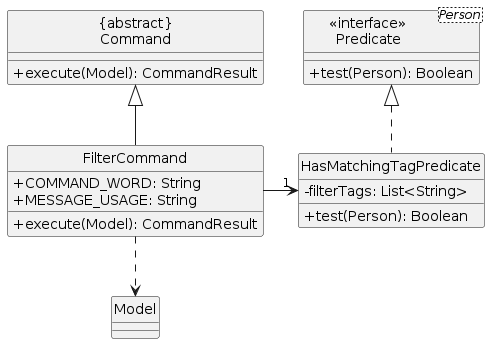
Earlier version of the PlantUML export diagrams/FilterCommandClass.png (AY2324S2-CS2103T-W09-3/tp). Its source is kept beside it as diagrams/FilterCommandClass.puml.
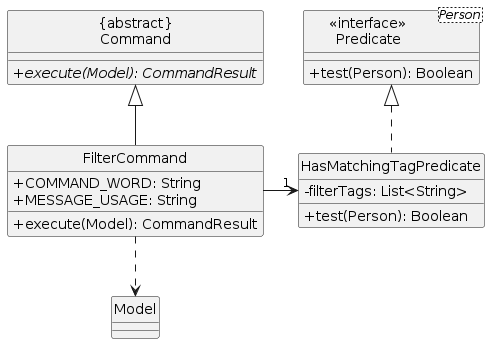
After the change.

Diff of the diagram source:
```diff
@@ -3,7 +3,7 @@
 skinparam classAttributeIconSize 0
 
 Class "{abstract}\nCommand" as Command {
-  +execute(Model): CommandResult
+  {abstract}+execute(Model): CommandResult
 }
 Class FilterCommand {
   +COMMAND_WORD: String
```
